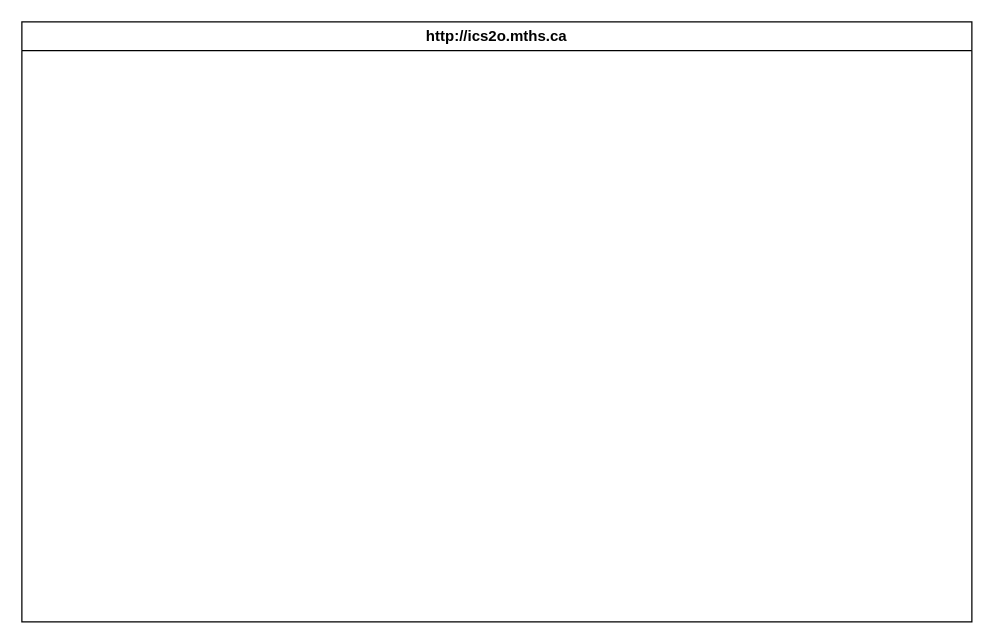
This is design/storyboard.drawio from MTHS-ICD2O-1-2023/ICD2O-Unit-6-04-tymofii-stepanov, a draw.io file, before an edit. Source tidied: cells renumbered, new cells numbered last; positions are measured from the earlier drawing's top-left corner, leaving out a move shared by most shapes. Both pictures are drawn from the tidied source at 125%, with x=0, y=0 at pixel (21, 21).
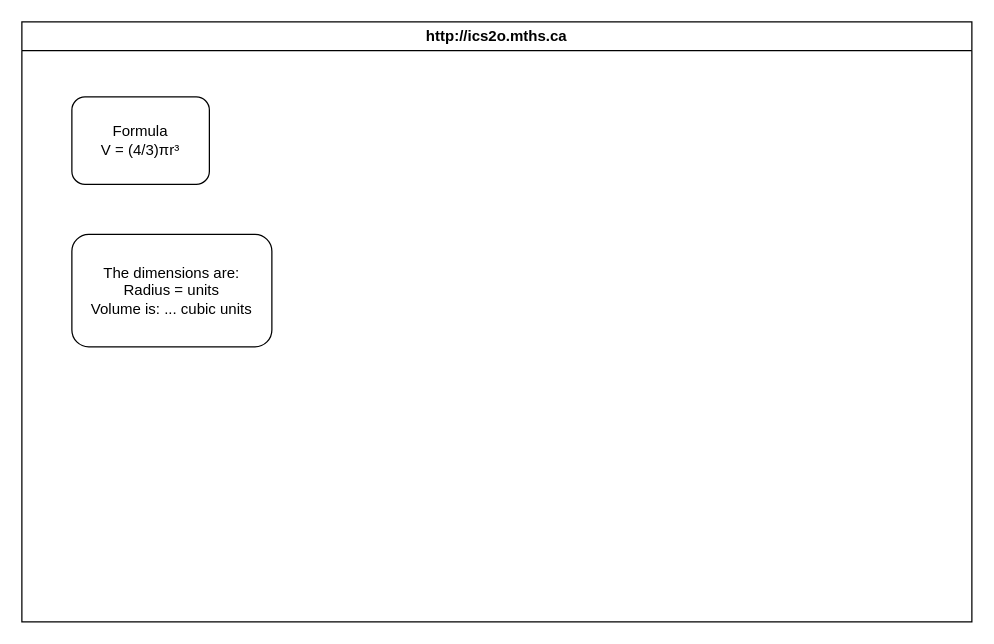
The same page after the edit.

Diff of the diagram source:
```diff
@@
 <mxGraphModel>
   <root>
     <mxCell id="0" />
     <mxCell id="1" parent="0" />
     <mxCell id="2" value="http://ics2o.mths.ca" style="swimlane;whiteSpace=wrap;html=1;" parent="1" vertex="1">
       <mxGeometry width="760" height="480" as="geometry" />
     </mxCell>
+    <mxCell id="3" value="&lt;div&gt;Formula&lt;/div&gt;&lt;div&gt;V = (4/3)πr³&lt;/div&gt;" style="rounded=1;whiteSpace=wrap;html=1;" parent="2" vertex="1">
+      <mxGeometry x="40" y="60" width="110" height="70" as="geometry" />
+    </mxCell>
+    <mxCell id="4" value="The dimensions are:&#10;Radius = units&#10;Volume is: ... cubic units" style="rounded=1;whiteSpace=wrap;html=1;" parent="2" vertex="1">
+      <mxGeometry x="40" y="170" width="160" height="90" as="geometry" />
+    </mxCell>
   </root>
 </mxGraphModel>
```
